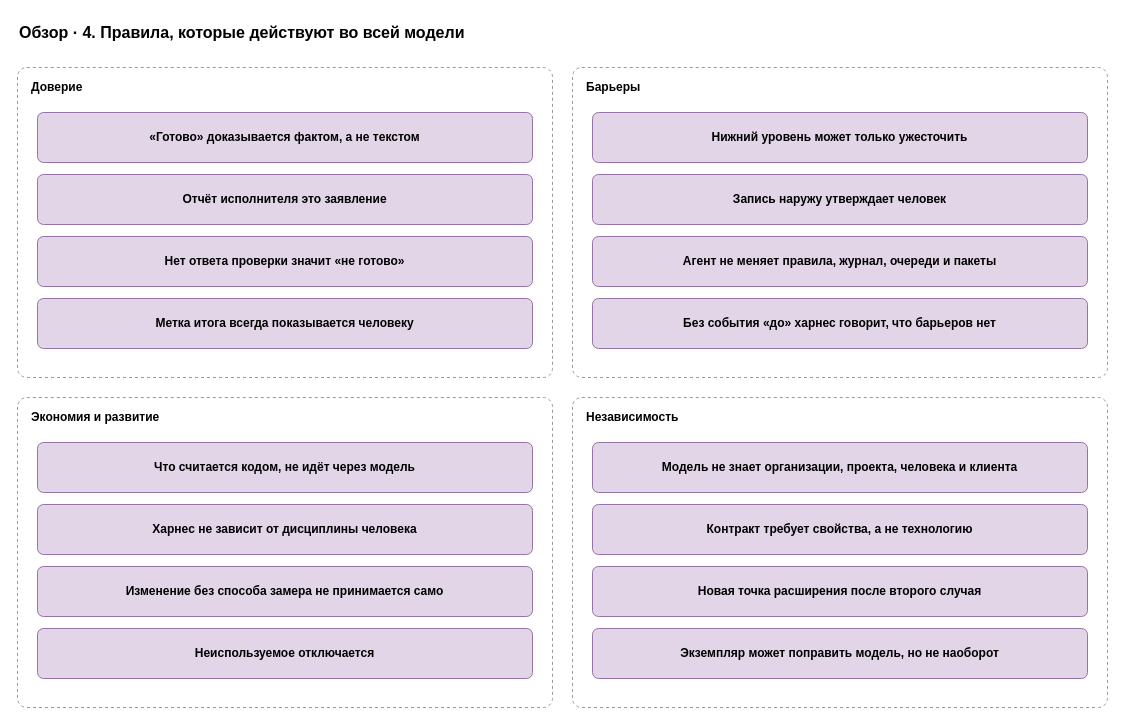
Earlier version of the draw.io diagram page "4. Общие правила" (4 of 7) of docs/spec/harness-overview.drawio (roygkov/reins). Source tidied: cells renumbered, new cells numbered last; positions are measured from the earlier drawing's top-left corner, leaving out a move shared by most shapes. Both pictures are drawn from the tidied source at 100%, with x=0, y=0 at pixel (17, 17).
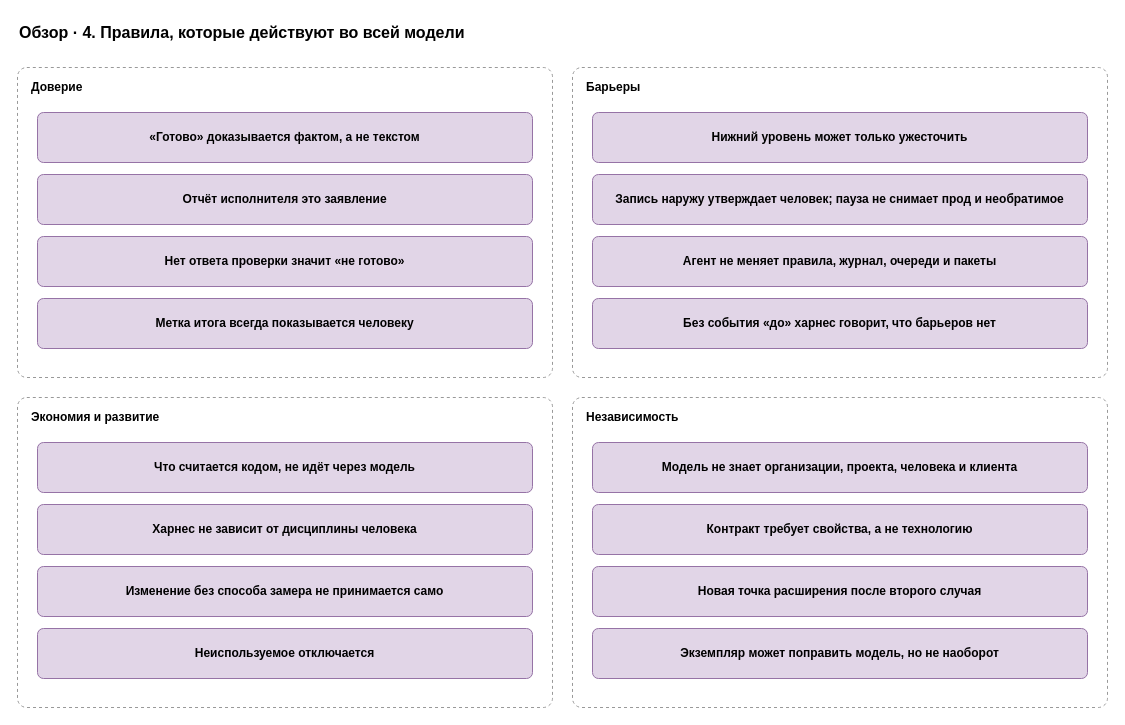
After the change.

Change to the diagram source:
```diff
@@
-    <mxCell id="10" value="&lt;b&gt;Запись наружу утверждает человек&lt;/b&gt;" style="rounded=1;whiteSpace=wrap;html=1;fillColor=#e1d5e7;strokeColor=#9673a6;arcSize=12;" parent="1" vertex="1">
+    <mxCell id="10" value="&lt;b&gt;Запись наружу утверждает человек; пауза не снимает прод и необратимое&lt;/b&gt;" style="rounded=1;whiteSpace=wrap;html=1;fillColor=#e1d5e7;strokeColor=#9673a6;arcSize=12;" parent="1" vertex="1">
       <mxGeometry x="575" y="157" width="495" height="50" as="geometry" />
     </mxCell>
```
